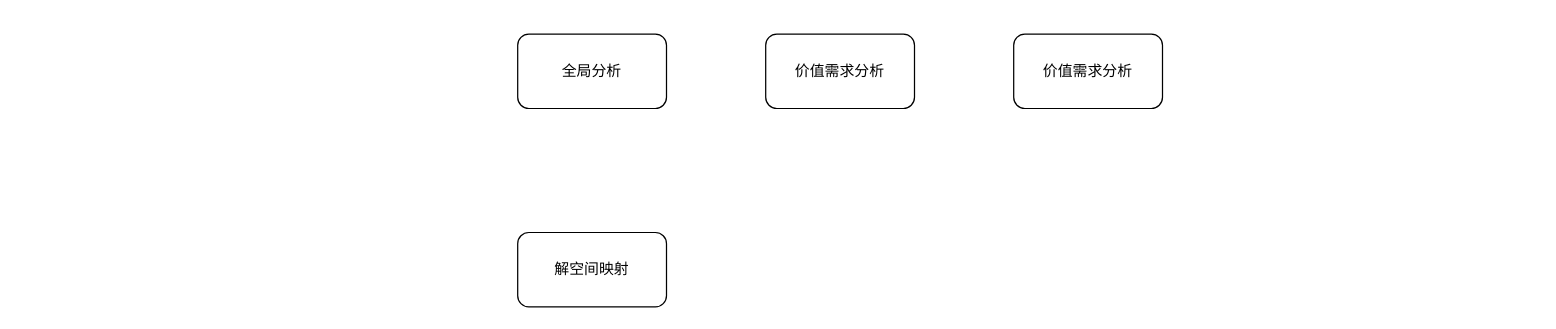
Before: DDD整体工作框架.drawio in ProgrammerLZ/drawio, a draw.io diagram. Source tidied: cells renumbered, new cells numbered last; positions are measured from the earlier drawing's top-left corner, leaving out a move shared by most shapes. Both pictures are drawn from the tidied source at 124%, with x=0, y=0 at pixel (517, 33).
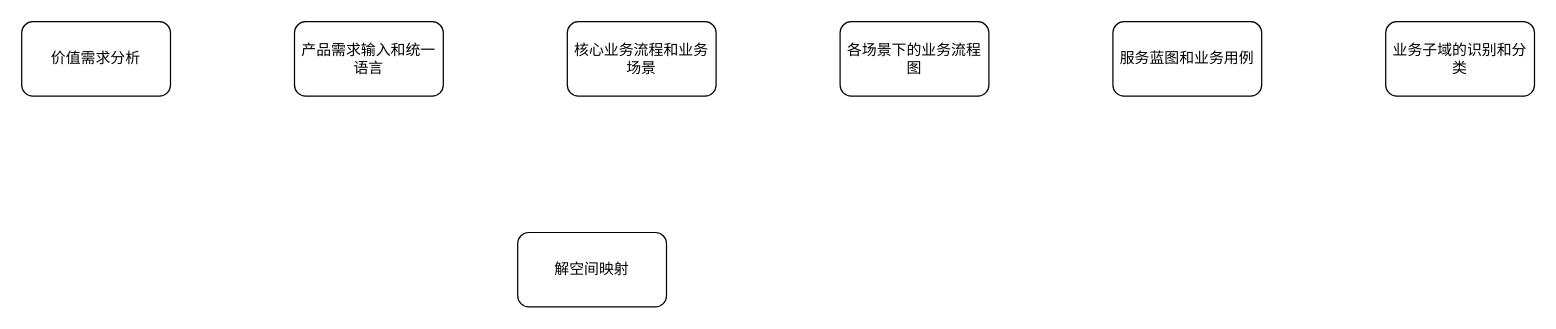
The same diagram, later.

Commit message (it also covers changes not shown here):
更新DDD整体工作框架.drawio

Change to the diagram source:
```diff
@@
 <mxGraphModel>
   <root>
     <mxCell id="0" />
     <mxCell id="1" parent="0" />
-    <mxCell id="2" value="全局分析" style="rounded=1;whiteSpace=wrap;html=1;" parent="1" vertex="1">
-      <mxGeometry width="120" height="60" as="geometry" />
-    </mxCell>
     <mxCell id="3" value="解空间映射" style="rounded=1;whiteSpace=wrap;html=1;" parent="1" vertex="1">
       <mxGeometry y="160" width="120" height="60" as="geometry" />
     </mxCell>
     <mxCell id="4" value="价值需求分析" style="rounded=1;whiteSpace=wrap;html=1;" parent="1" vertex="1">
-      <mxGeometry x="200" width="120" height="60" as="geometry" />
+      <mxGeometry x="-400" y="-10" width="120" height="60" as="geometry" />
     </mxCell>
-    <mxCell id="5" value="价值需求分析" style="rounded=1;whiteSpace=wrap;html=1;" parent="1" vertex="1">
-      <mxGeometry x="400" width="120" height="60" as="geometry" />
+    <mxCell id="5" value="产品需求输入和统一语言" style="rounded=1;whiteSpace=wrap;html=1;" parent="1" vertex="1">
+      <mxGeometry x="-180" y="-10" width="120" height="60" as="geometry" />
     </mxCell>
+    <mxCell id="6" value="核心业务流程和业务场景" style="rounded=1;whiteSpace=wrap;html=1;" parent="1" vertex="1">
+      <mxGeometry x="40" y="-10" width="120" height="60" as="geometry" />
+    </mxCell>
+    <mxCell id="7" value="各场景下的业务流程图" style="rounded=1;whiteSpace=wrap;html=1;" parent="1" vertex="1">
+      <mxGeometry x="260" y="-10" width="120" height="60" as="geometry" />
+    </mxCell>
+    <mxCell id="8" value="服务蓝图和业务用例" style="rounded=1;whiteSpace=wrap;html=1;" parent="1" vertex="1">
+      <mxGeometry x="480" y="-10" width="120" height="60" as="geometry" />
+    </mxCell>
+    <mxCell id="9" value="业务子域的识别和分类" style="rounded=1;whiteSpace=wrap;html=1;" parent="1" vertex="1">
+      <mxGeometry x="700" y="-10" width="120" height="60" as="geometry" />
+    </mxCell>
   </root>
 </mxGraphModel>
```
